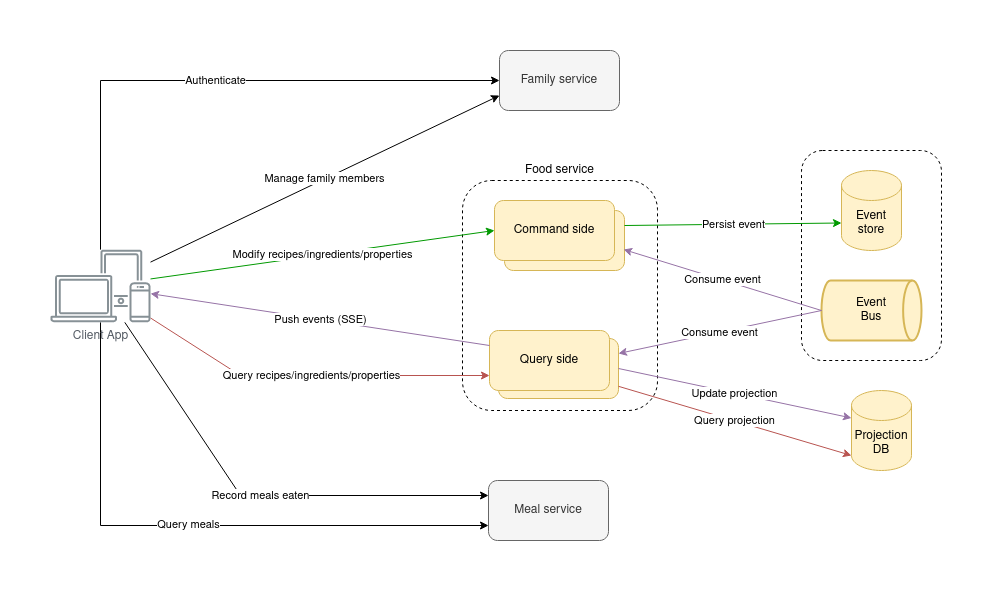
Above: img/family-recipes-architecture.png in ibaiul/family-recipes.food-service (draw.io), before the change. Source tidied: cells renumbered, new cells last; positions are measured from the earlier drawing's top-left corner, leaving out a move shared by most shapes. The source it was exported from:
```xml
<mxGraphModel>
  <root>
    <mxCell id="0" />
    <mxCell id="1" parent="0" />
    <mxCell id="2" value="&lt;div align=&quot;center&quot;&gt;Food service&lt;br&gt;&lt;/div&gt;" style="rounded=1;whiteSpace=wrap;html=1;dashed=1;labelPosition=center;verticalLabelPosition=top;align=center;verticalAlign=bottom;" parent="1" vertex="1">
      <mxGeometry x="412" y="130" width="195" height="230" as="geometry" />
    </mxCell>
    <mxCell id="3" style="rounded=1;whiteSpace=wrap;html=1;fillColor=#fff2cc;strokeColor=#d6b656;" parent="1" vertex="1">
      <mxGeometry x="448" y="288" width="120" height="60" as="geometry" />
    </mxCell>
    <mxCell id="4" style="rounded=1;whiteSpace=wrap;html=1;fillColor=#fff2cc;strokeColor=#d6b656;" parent="1" vertex="1">
      <mxGeometry x="454" y="160" width="120" height="60" as="geometry" />
    </mxCell>
    <mxCell id="5" style="rounded=1;whiteSpace=wrap;html=1;dashed=1;labelPosition=center;verticalLabelPosition=top;align=center;verticalAlign=bottom;" parent="1" vertex="1">
      <mxGeometry x="751" y="100" width="140" height="210" as="geometry" />
    </mxCell>
    <mxCell id="6" value="Query side" style="rounded=1;whiteSpace=wrap;html=1;fillColor=#fff2cc;strokeColor=#d6b656;" parent="1" vertex="1">
      <mxGeometry x="439" y="280" width="120" height="60" as="geometry" />
    </mxCell>
    <mxCell id="7" value="Command side" style="rounded=1;whiteSpace=wrap;html=1;fillColor=#fff2cc;strokeColor=#d6b656;" parent="1" vertex="1">
      <mxGeometry x="444" y="150" width="120" height="60" as="geometry" />
    </mxCell>
    <mxCell id="8" value="Projection DB" style="shape=cylinder3;whiteSpace=wrap;html=1;boundedLbl=1;backgroundOutline=1;size=15;fillColor=#fff2cc;strokeColor=#d6b656;" parent="1" vertex="1">
      <mxGeometry x="801" y="340" width="60" height="80" as="geometry" />
    </mxCell>
    <mxCell id="9" value="Event store" style="shape=cylinder3;whiteSpace=wrap;html=1;boundedLbl=1;backgroundOutline=1;size=15;fillColor=#fff2cc;strokeColor=#d6b656;" parent="1" vertex="1">
      <mxGeometry x="791" y="120" width="60" height="80" as="geometry" />
    </mxCell>
    <mxCell id="10" value="Event&lt;br&gt;Bus" style="strokeWidth=2;html=1;shape=mxgraph.flowchart.direct_data;whiteSpace=wrap;fillColor=#fff2cc;strokeColor=#d6b656;" parent="1" vertex="1">
      <mxGeometry x="771" y="230" width="100" height="60" as="geometry" />
    </mxCell>
    <mxCell id="11" value="Modify recipes/ingredients/properties" style="endArrow=classic;html=1;rounded=0;entryX=0;entryY=0.5;entryDx=0;entryDy=0;strokeColor=#009900;" parent="1" edge="1" source="24" target="7">
      <mxGeometry relative="1" as="geometry" />
    </mxCell>
    <mxCell id="12" value="Persist event" style="endArrow=classic;html=1;rounded=0;entryX=0;entryY=0;entryDx=0;entryDy=52.5;entryPerimeter=0;strokeColor=#009900;exitX=1;exitY=0.25;exitDx=0;exitDy=0;" parent="1" edge="1" source="4" target="9">
      <mxGeometry relative="1" as="geometry" />
    </mxCell>
    <mxCell id="13" value="Consume event" style="endArrow=classic;html=1;rounded=0;exitX=0;exitY=0.5;exitDx=0;exitDy=0;exitPerimeter=0;strokeColor=#9673a6;entryX=0.992;entryY=0.65;entryDx=0;entryDy=0;entryPerimeter=0;fillColor=#e1d5e7;" parent="1" edge="1" source="10" target="4">
      <mxGeometry relative="1" as="geometry" />
    </mxCell>
    <mxCell id="14" value="Consume event" style="endArrow=classic;html=1;rounded=0;exitX=0;exitY=0.5;exitDx=0;exitDy=0;exitPerimeter=0;entryX=1;entryY=0.25;entryDx=0;entryDy=0;strokeColor=#9673a6;fillColor=#e1d5e7;" parent="1" edge="1" source="10" target="3">
      <mxGeometry relative="1" as="geometry" />
    </mxCell>
    <mxCell id="15" value="Update projection" style="endArrow=classic;html=1;rounded=0;entryX=0;entryY=0;entryDx=0;entryDy=27.5;entryPerimeter=0;exitX=1;exitY=0.5;exitDx=0;exitDy=0;strokeColor=#9673a6;fillColor=#e1d5e7;" parent="1" edge="1" source="3" target="8">
      <mxGeometry relative="1" as="geometry" />
    </mxCell>
    <mxCell id="16" value="Query recipes/ingredients/properties" style="endArrow=classic;html=1;rounded=0;entryX=0;entryY=0.75;entryDx=0;entryDy=0;fillColor=#f8cecc;strokeColor=#b85450;" parent="1" edge="1" source="24" target="6">
      <mxGeometry relative="1" as="geometry">
        <Array as="points">
          <mxPoint x="190" y="325" />
        </Array>
      </mxGeometry>
    </mxCell>
    <mxCell id="17" value="Query projection" style="endArrow=classic;html=1;rounded=0;entryX=0;entryY=1;entryDx=0;entryDy=-15;entryPerimeter=0;strokeColor=#b85450;fillColor=#f8cecc;" parent="1" edge="1" source="3" target="8">
      <mxGeometry relative="1" as="geometry" />
    </mxCell>
    <mxCell id="18" value="Meal service" style="rounded=1;whiteSpace=wrap;html=1;fillColor=#f5f5f5;fontColor=#333333;strokeColor=#666666;" parent="1" vertex="1">
      <mxGeometry x="438" y="430" width="120" height="60" as="geometry" />
    </mxCell>
    <mxCell id="19" value="Family service" style="rounded=1;whiteSpace=wrap;html=1;fillColor=#f5f5f5;fontColor=#333333;strokeColor=#666666;" parent="1" vertex="1">
      <mxGeometry x="449" width="120" height="60" as="geometry" />
    </mxCell>
    <mxCell id="20" value="Record meals eaten" style="endArrow=classic;html=1;rounded=0;entryX=0;entryY=0.25;entryDx=0;entryDy=0;" parent="1" edge="1" source="24" target="18">
      <mxGeometry relative="1" as="geometry">
        <Array as="points">
          <mxPoint x="190" y="445" />
        </Array>
      </mxGeometry>
    </mxCell>
    <mxCell id="21" value="Query meals" style="endArrow=classic;html=1;rounded=0;entryX=0;entryY=0.75;entryDx=0;entryDy=0;" parent="1" edge="1" source="24" target="18">
      <mxGeometry x="-0.02" y="1" relative="1" as="geometry">
        <Array as="points">
          <mxPoint x="50" y="475" />
        </Array>
      </mxGeometry>
    </mxCell>
    <mxCell id="22" value="Authenticate" style="endArrow=classic;html=1;rounded=0;entryX=0;entryY=0.5;entryDx=0;entryDy=0;" parent="1" edge="1" source="24" target="19">
      <mxGeometry relative="1" as="geometry">
        <Array as="points">
          <mxPoint x="50" y="30" />
        </Array>
      </mxGeometry>
    </mxCell>
    <mxCell id="23" value="Manage family members" style="endArrow=classic;html=1;rounded=0;entryX=0;entryY=0.75;entryDx=0;entryDy=0;" parent="1" edge="1" source="24" target="19">
      <mxGeometry relative="1" as="geometry" />
    </mxCell>
    <mxCell id="24" value="Client App" style="sketch=0;outlineConnect=0;gradientColor=none;fontColor=#545B64;strokeColor=none;fillColor=#879196;dashed=0;verticalLabelPosition=bottom;verticalAlign=top;align=center;html=1;fontSize=12;fontStyle=0;shape=mxgraph.aws4.illustration_devices;" parent="1" vertex="1">
      <mxGeometry y="199" width="100" height="73" as="geometry" />
    </mxCell>
    <mxCell id="25" value="&lt;div&gt;Push events (SSE)&lt;/div&gt;" style="endArrow=classic;html=1;rounded=0;strokeColor=#9673a6;exitX=0;exitY=0.25;exitDx=0;exitDy=0;fillColor=#e1d5e7;" parent="1" edge="1" source="6" target="24">
      <mxGeometry relative="1" as="geometry" />
    </mxCell>
  </root>
</mxGraphModel>
```
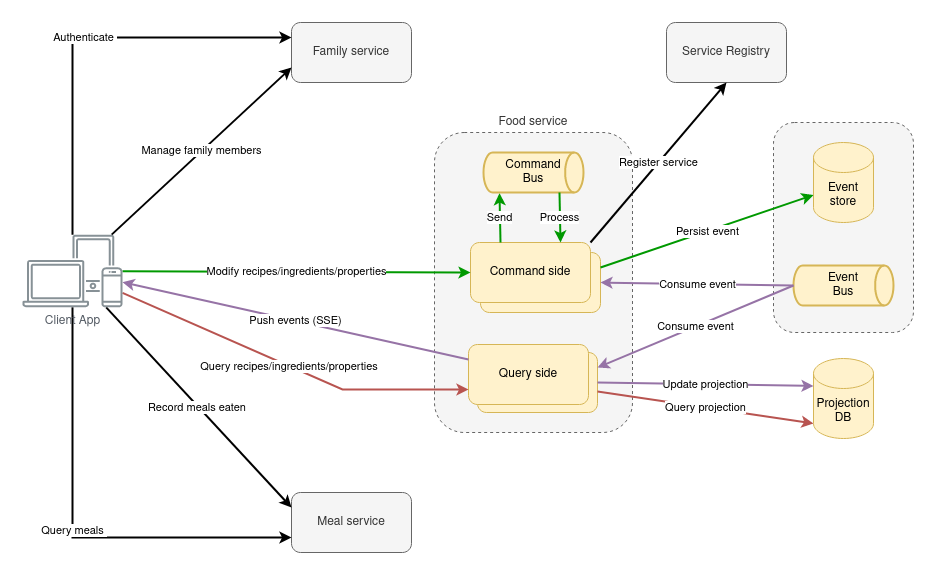
The same file after the commit.

Change to the diagram source:
```diff
@@ -2,93 +2,104 @@
   <root>
     <mxCell id="0" />
     <mxCell id="1" parent="0" />
-    <mxCell id="2" value="&lt;div align=&quot;center&quot;&gt;Food service&lt;br&gt;&lt;/div&gt;" style="rounded=1;whiteSpace=wrap;html=1;dashed=1;labelPosition=center;verticalLabelPosition=top;align=center;verticalAlign=bottom;" parent="1" vertex="1">
-      <mxGeometry x="412" y="130" width="195" height="230" as="geometry" />
+    <mxCell id="2" value="&lt;div align=&quot;center&quot;&gt;Food service&lt;br&gt;&lt;/div&gt;" style="rounded=1;whiteSpace=wrap;html=1;dashed=1;labelPosition=center;verticalLabelPosition=top;align=center;verticalAlign=bottom;fillColor=#f5f5f5;fontColor=#333333;strokeColor=#666666;" parent="1" vertex="1">
+      <mxGeometry x="412" y="110" width="198" height="300" as="geometry" />
     </mxCell>
     <mxCell id="3" style="rounded=1;whiteSpace=wrap;html=1;fillColor=#fff2cc;strokeColor=#d6b656;" parent="1" vertex="1">
-      <mxGeometry x="448" y="288" width="120" height="60" as="geometry" />
+      <mxGeometry x="455" y="330" width="120" height="60" as="geometry" />
     </mxCell>
     <mxCell id="4" style="rounded=1;whiteSpace=wrap;html=1;fillColor=#fff2cc;strokeColor=#d6b656;" parent="1" vertex="1">
-      <mxGeometry x="454" y="160" width="120" height="60" as="geometry" />
+      <mxGeometry x="458" y="230" width="120" height="60" as="geometry" />
     </mxCell>
-    <mxCell id="5" style="rounded=1;whiteSpace=wrap;html=1;dashed=1;labelPosition=center;verticalLabelPosition=top;align=center;verticalAlign=bottom;" parent="1" vertex="1">
+    <mxCell id="5" style="rounded=1;whiteSpace=wrap;html=1;dashed=1;labelPosition=center;verticalLabelPosition=top;align=center;verticalAlign=bottom;fillColor=#f5f5f5;fontColor=#333333;strokeColor=#666666;" parent="1" vertex="1">
       <mxGeometry x="751" y="100" width="140" height="210" as="geometry" />
     </mxCell>
     <mxCell id="6" value="Query side" style="rounded=1;whiteSpace=wrap;html=1;fillColor=#fff2cc;strokeColor=#d6b656;" parent="1" vertex="1">
-      <mxGeometry x="439" y="280" width="120" height="60" as="geometry" />
+      <mxGeometry x="446" y="322" width="120" height="60" as="geometry" />
     </mxCell>
     <mxCell id="7" value="Command side" style="rounded=1;whiteSpace=wrap;html=1;fillColor=#fff2cc;strokeColor=#d6b656;" parent="1" vertex="1">
-      <mxGeometry x="444" y="150" width="120" height="60" as="geometry" />
+      <mxGeometry x="448" y="220" width="120" height="60" as="geometry" />
     </mxCell>
     <mxCell id="8" value="Projection DB" style="shape=cylinder3;whiteSpace=wrap;html=1;boundedLbl=1;backgroundOutline=1;size=15;fillColor=#fff2cc;strokeColor=#d6b656;" parent="1" vertex="1">
-      <mxGeometry x="801" y="340" width="60" height="80" as="geometry" />
+      <mxGeometry x="791" y="336" width="60" height="80" as="geometry" />
     </mxCell>
     <mxCell id="9" value="Event store" style="shape=cylinder3;whiteSpace=wrap;html=1;boundedLbl=1;backgroundOutline=1;size=15;fillColor=#fff2cc;strokeColor=#d6b656;" parent="1" vertex="1">
       <mxGeometry x="791" y="120" width="60" height="80" as="geometry" />
     </mxCell>
     <mxCell id="10" value="Event&lt;br&gt;Bus" style="strokeWidth=2;html=1;shape=mxgraph.flowchart.direct_data;whiteSpace=wrap;fillColor=#fff2cc;strokeColor=#d6b656;" parent="1" vertex="1">
-      <mxGeometry x="771" y="230" width="100" height="60" as="geometry" />
+      <mxGeometry x="771" y="243" width="100" height="40" as="geometry" />
     </mxCell>
-    <mxCell id="11" value="Modify recipes/ingredients/properties" style="endArrow=classic;html=1;rounded=0;entryX=0;entryY=0.5;entryDx=0;entryDy=0;strokeColor=#009900;" parent="1" edge="1" source="24" target="7">
+    <mxCell id="11" value="Modify recipes/ingredients/properties" style="endArrow=classic;html=1;rounded=0;entryX=0;entryY=0.5;entryDx=0;entryDy=0;strokeColor=#009900;strokeWidth=2;" parent="1" edge="1" source="24" target="7">
       <mxGeometry relative="1" as="geometry" />
     </mxCell>
-    <mxCell id="12" value="Persist event" style="endArrow=classic;html=1;rounded=0;entryX=0;entryY=0;entryDx=0;entryDy=52.5;entryPerimeter=0;strokeColor=#009900;exitX=1;exitY=0.25;exitDx=0;exitDy=0;" parent="1" edge="1" source="4" target="9">
+    <mxCell id="12" value="&amp;nbsp;Persist event&amp;nbsp; " style="endArrow=classic;html=1;rounded=0;entryX=0;entryY=0;entryDx=0;entryDy=52.5;entryPerimeter=0;strokeColor=#009900;exitX=1;exitY=0.25;exitDx=0;exitDy=0;strokeWidth=2;" parent="1" edge="1" source="4" target="9">
       <mxGeometry relative="1" as="geometry" />
     </mxCell>
-    <mxCell id="13" value="Consume event" style="endArrow=classic;html=1;rounded=0;exitX=0;exitY=0.5;exitDx=0;exitDy=0;exitPerimeter=0;strokeColor=#9673a6;entryX=0.992;entryY=0.65;entryDx=0;entryDy=0;entryPerimeter=0;fillColor=#e1d5e7;" parent="1" edge="1" source="10" target="4">
+    <mxCell id="13" value="Consume event" style="endArrow=classic;html=1;rounded=0;exitX=0;exitY=0.5;exitDx=0;exitDy=0;exitPerimeter=0;strokeColor=#9673a6;entryX=1;entryY=0.5;entryDx=0;entryDy=0;fillColor=#e1d5e7;strokeWidth=2;" parent="1" edge="1" source="10" target="4">
       <mxGeometry relative="1" as="geometry" />
     </mxCell>
-    <mxCell id="14" value="Consume event" style="endArrow=classic;html=1;rounded=0;exitX=0;exitY=0.5;exitDx=0;exitDy=0;exitPerimeter=0;entryX=1;entryY=0.25;entryDx=0;entryDy=0;strokeColor=#9673a6;fillColor=#e1d5e7;" parent="1" edge="1" source="10" target="3">
+    <mxCell id="14" value="Consume event" style="endArrow=classic;html=1;rounded=0;exitX=0;exitY=0.5;exitDx=0;exitDy=0;exitPerimeter=0;entryX=1;entryY=0.25;entryDx=0;entryDy=0;strokeColor=#9673a6;fillColor=#e1d5e7;strokeWidth=2;" parent="1" edge="1" source="10" target="3">
       <mxGeometry relative="1" as="geometry" />
     </mxCell>
-    <mxCell id="15" value="Update projection" style="endArrow=classic;html=1;rounded=0;entryX=0;entryY=0;entryDx=0;entryDy=27.5;entryPerimeter=0;exitX=1;exitY=0.5;exitDx=0;exitDy=0;strokeColor=#9673a6;fillColor=#e1d5e7;" parent="1" edge="1" source="3" target="8">
+    <mxCell id="15" value="Update projection" style="endArrow=classic;html=1;rounded=0;entryX=0;entryY=0;entryDx=0;entryDy=27.5;entryPerimeter=0;exitX=1;exitY=0.5;exitDx=0;exitDy=0;strokeColor=#9673a6;fillColor=#e1d5e7;strokeWidth=2;" parent="1" edge="1" source="3" target="8">
       <mxGeometry relative="1" as="geometry" />
     </mxCell>
-    <mxCell id="16" value="Query recipes/ingredients/properties" style="endArrow=classic;html=1;rounded=0;entryX=0;entryY=0.75;entryDx=0;entryDy=0;fillColor=#f8cecc;strokeColor=#b85450;" parent="1" edge="1" source="24" target="6">
+    <mxCell id="16" value="Query recipes/ingredients/properties&amp;nbsp; " style="endArrow=classic;html=1;rounded=0;entryX=0;entryY=0.75;entryDx=0;entryDy=0;fillColor=#f8cecc;strokeColor=#b85450;strokeWidth=2;" parent="1" edge="1" source="24" target="6">
       <mxGeometry relative="1" as="geometry">
         <Array as="points">
-          <mxPoint x="190" y="325" />
+          <mxPoint x="320" y="367" />
         </Array>
       </mxGeometry>
     </mxCell>
-    <mxCell id="17" value="Query projection" style="endArrow=classic;html=1;rounded=0;entryX=0;entryY=1;entryDx=0;entryDy=-15;entryPerimeter=0;strokeColor=#b85450;fillColor=#f8cecc;" parent="1" edge="1" source="3" target="8">
+    <mxCell id="17" value="Query projection" style="endArrow=classic;html=1;rounded=0;entryX=0;entryY=1;entryDx=0;entryDy=-15;entryPerimeter=0;strokeColor=#b85450;fillColor=#f8cecc;strokeWidth=2;" parent="1" edge="1" source="3" target="8">
       <mxGeometry relative="1" as="geometry" />
     </mxCell>
     <mxCell id="18" value="Meal service" style="rounded=1;whiteSpace=wrap;html=1;fillColor=#f5f5f5;fontColor=#333333;strokeColor=#666666;" parent="1" vertex="1">
-      <mxGeometry x="438" y="430" width="120" height="60" as="geometry" />
+      <mxGeometry x="269" y="470" width="120" height="60" as="geometry" />
     </mxCell>
     <mxCell id="19" value="Family service" style="rounded=1;whiteSpace=wrap;html=1;fillColor=#f5f5f5;fontColor=#333333;strokeColor=#666666;" parent="1" vertex="1">
-      <mxGeometry x="449" width="120" height="60" as="geometry" />
+      <mxGeometry x="269" width="120" height="60" as="geometry" />
     </mxCell>
-    <mxCell id="20" value="Record meals eaten" style="endArrow=classic;html=1;rounded=0;entryX=0;entryY=0.25;entryDx=0;entryDy=0;" parent="1" edge="1" source="24" target="18">
-      <mxGeometry relative="1" as="geometry">
-        <Array as="points">
-          <mxPoint x="190" y="445" />
-        </Array>
-      </mxGeometry>
+    <mxCell id="20" value="Record meals eaten&amp;nbsp; " style="endArrow=classic;html=1;rounded=0;entryX=0;entryY=0.25;entryDx=0;entryDy=0;strokeWidth=2;" parent="1" edge="1" source="24" target="18">
+      <mxGeometry relative="1" as="geometry" />
     </mxCell>
-    <mxCell id="21" value="Query meals" style="endArrow=classic;html=1;rounded=0;entryX=0;entryY=0.75;entryDx=0;entryDy=0;" parent="1" edge="1" source="24" target="18">
-      <mxGeometry x="-0.02" y="1" relative="1" as="geometry">
+    <mxCell id="21" value="&amp;nbsp;Query meals&amp;nbsp; " style="endArrow=classic;html=1;rounded=0;entryX=0;entryY=0.75;entryDx=0;entryDy=0;strokeWidth=2;" parent="1" edge="1" source="24" target="18">
+      <mxGeometry x="-0.01" relative="1" as="geometry">
         <Array as="points">
-          <mxPoint x="50" y="475" />
+          <mxPoint x="50" y="515" />
         </Array>
       </mxGeometry>
     </mxCell>
-    <mxCell id="22" value="Authenticate" style="endArrow=classic;html=1;rounded=0;entryX=0;entryY=0.5;entryDx=0;entryDy=0;" parent="1" edge="1" source="24" target="19">
+    <mxCell id="22" value="&amp;nbsp;Authenticate&amp;nbsp; " style="endArrow=classic;html=1;rounded=0;entryX=0;entryY=0.25;entryDx=0;entryDy=0;strokeWidth=2;" parent="1" edge="1" source="24" target="19">
       <mxGeometry relative="1" as="geometry">
         <Array as="points">
-          <mxPoint x="50" y="30" />
+          <mxPoint x="50" y="15" />
         </Array>
       </mxGeometry>
     </mxCell>
-    <mxCell id="23" value="Manage family members" style="endArrow=classic;html=1;rounded=0;entryX=0;entryY=0.75;entryDx=0;entryDy=0;" parent="1" edge="1" source="24" target="19">
+    <mxCell id="23" value="Manage family members" style="endArrow=classic;html=1;rounded=0;entryX=0;entryY=0.75;entryDx=0;entryDy=0;strokeWidth=2;" parent="1" edge="1" source="24" target="19">
       <mxGeometry relative="1" as="geometry" />
     </mxCell>
     <mxCell id="24" value="Client App" style="sketch=0;outlineConnect=0;gradientColor=none;fontColor=#545B64;strokeColor=none;fillColor=#879196;dashed=0;verticalLabelPosition=bottom;verticalAlign=top;align=center;html=1;fontSize=12;fontStyle=0;shape=mxgraph.aws4.illustration_devices;" parent="1" vertex="1">
-      <mxGeometry y="199" width="100" height="73" as="geometry" />
+      <mxGeometry y="212" width="100" height="73" as="geometry" />
     </mxCell>
-    <mxCell id="25" value="&lt;div&gt;Push events (SSE)&lt;/div&gt;" style="endArrow=classic;html=1;rounded=0;strokeColor=#9673a6;exitX=0;exitY=0.25;exitDx=0;exitDy=0;fillColor=#e1d5e7;" parent="1" edge="1" source="6" target="24">
+    <mxCell id="25" value="&lt;div&gt;Push events (SSE)&lt;/div&gt;" style="endArrow=classic;html=1;rounded=0;strokeColor=#9673a6;exitX=0;exitY=0.25;exitDx=0;exitDy=0;fillColor=#e1d5e7;strokeWidth=2;" parent="1" edge="1" source="6" target="24">
       <mxGeometry relative="1" as="geometry" />
     </mxCell>
+    <mxCell id="26" value="&lt;div&gt;Service Registry&lt;/div&gt;" style="rounded=1;whiteSpace=wrap;html=1;fillColor=#f5f5f5;strokeColor=#666666;fontColor=#333333;" parent="1" vertex="1">
+      <mxGeometry x="644" width="120" height="60" as="geometry" />
+    </mxCell>
+    <mxCell id="27" value="&lt;div&gt;Command&lt;/div&gt;Bus" style="strokeWidth=2;html=1;shape=mxgraph.flowchart.direct_data;whiteSpace=wrap;fillColor=#fff2cc;strokeColor=#d6b656;" parent="1" vertex="1">
+      <mxGeometry x="461" y="130" width="100" height="40" as="geometry" />
+    </mxCell>
+    <mxCell id="28" value="&lt;div&gt;Register service&lt;/div&gt;" style="endArrow=classic;html=1;rounded=0;entryX=0.5;entryY=1;entryDx=0;entryDy=0;exitX=1;exitY=0;exitDx=0;exitDy=0;strokeWidth=2;" parent="1" edge="1" source="7" target="26">
+      <mxGeometry relative="1" as="geometry" />
+    </mxCell>
+    <mxCell id="29" value="Send" style="endArrow=classic;html=1;rounded=0;entryX=0.16;entryY=1.017;entryDx=0;entryDy=0;entryPerimeter=0;exitX=0.25;exitY=0;exitDx=0;exitDy=0;strokeColor=#009900;strokeWidth=2;" parent="1" edge="1" source="7" target="27">
+      <mxGeometry relative="1" as="geometry" />
+    </mxCell>
+    <mxCell id="30" value="Process" style="endArrow=classic;html=1;rounded=0;entryX=0.75;entryY=0;entryDx=0;entryDy=0;strokeColor=#009900;strokeWidth=2;exitX=0.76;exitY=1;exitDx=0;exitDy=0;exitPerimeter=0;" parent="1" edge="1" source="27" target="7">
+      <mxGeometry relative="1" as="geometry" />
+    </mxCell>
   </root>
 </mxGraphModel>
```
